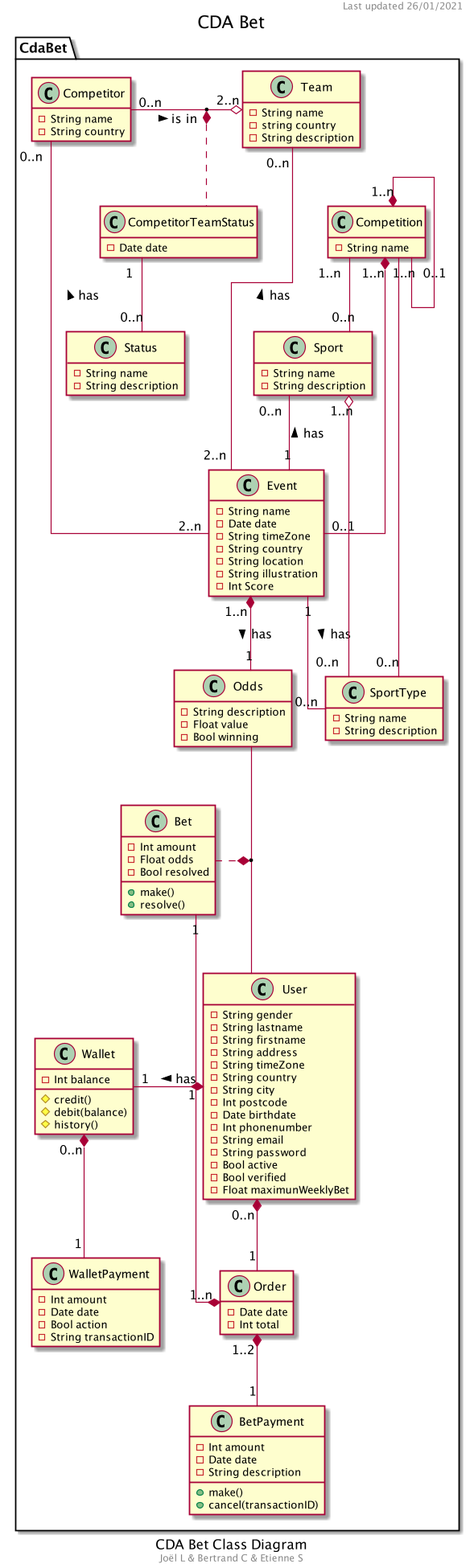
Above: docs/diagrams/export/CDA Bet Class Diagram.png in OFP-CDA-Mulhouse-2020/parisportif1 (PlantUML), before the change.
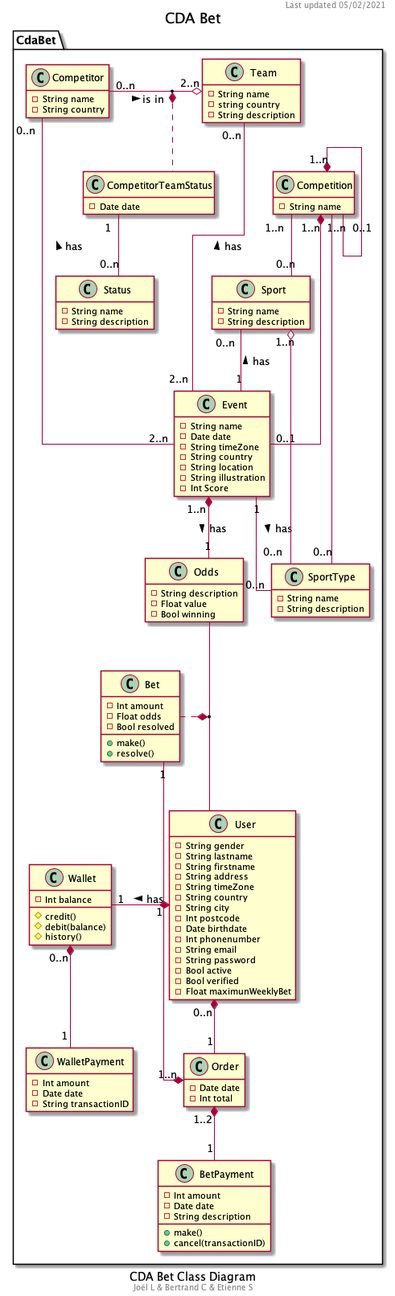
After the change.

Commit message:
UML fix leftover attribute action

Action was created when WalletPayment and BetPayment where the same class Payment, action was an idea for separating them before it was separated in 2 classes

Diff of the diagram source:
```diff
@@ -3,7 +3,7 @@
 skinparam linetype ortho
 caption CDA Bet Class Diagram
 footer Joël L & Bertrand C & Etienne S
-header Last updated 26/01/2021
+header Last updated 05/02/2021
 title CDA Bet
 
 namespace CdaBet {
@@ -97,7 +97,6 @@
     class WalletPayment {
         -Int amount
         -Date date
-        -Bool action
         -String transactionID
     }
 
```
